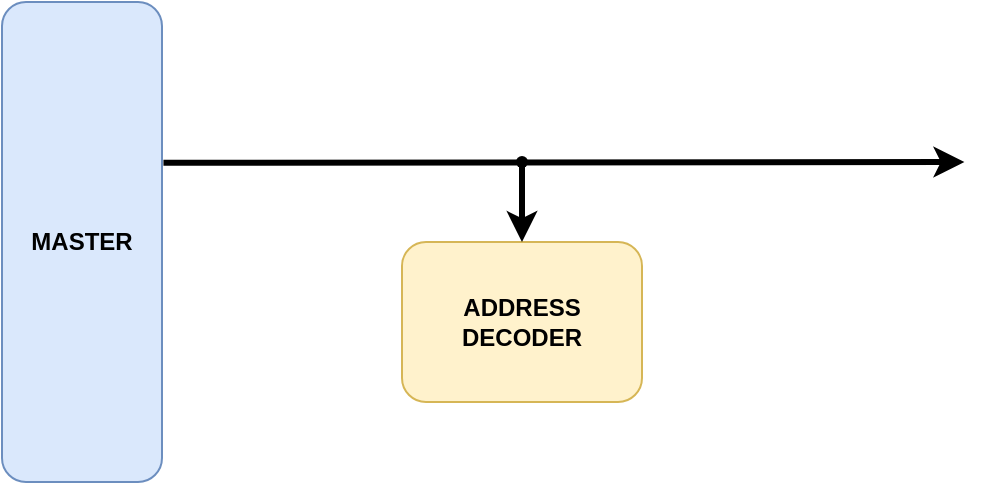
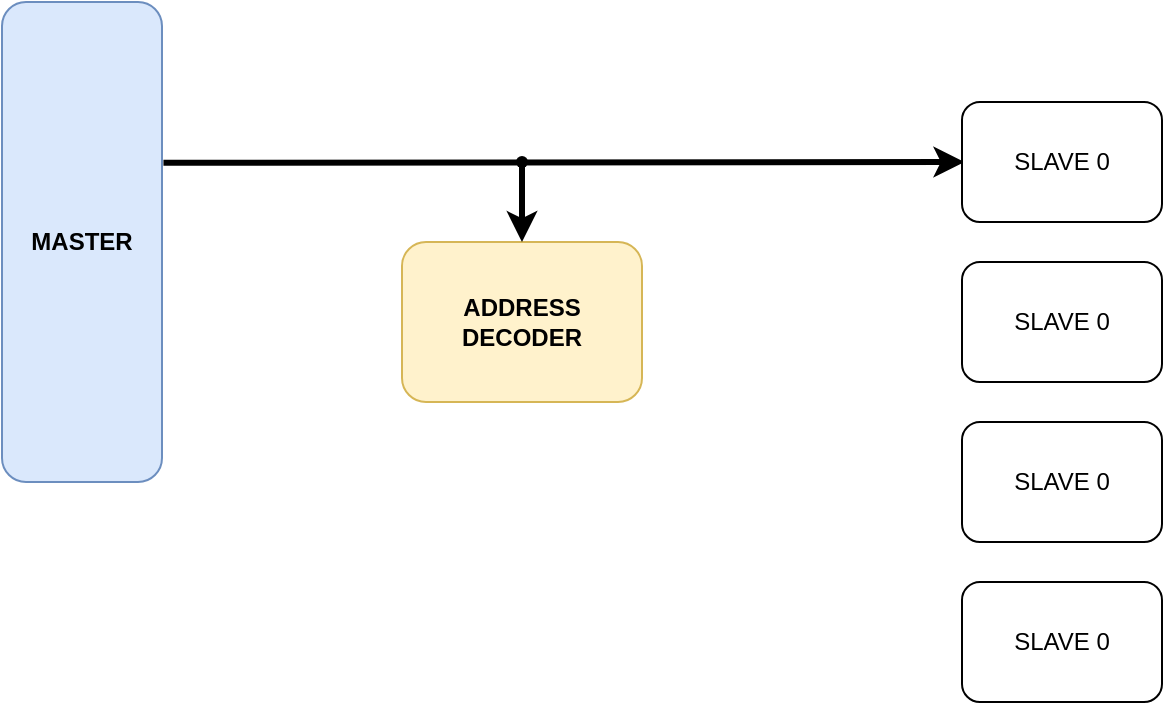
<mxfile host="app.diagrams.net" agent="Mozilla/5.0 (Windows NT 10.0; Win64; x64) AppleWebKit/537.36 (KHTML, like Gecko) Chrome/144.0.0.0 Safari/537.36 Edg/144.0.0.0" pages="4">
  <diagram id="00dOMP4ly3Yvcw6Omt_P" name="AHB Block Diagram">
-     <mxGraphModel dx="637" dy="921" grid="1" gridSize="10" guides="1" tooltips="1" connect="1" arrows="1" fold="1" page="1" pageScale="1" pageWidth="850" pageHeight="1100" math="0" shadow="0">
+     <mxGraphModel dx="437" dy="631" grid="1" gridSize="10" guides="1" tooltips="1" connect="1" arrows="1" fold="1" page="1" pageScale="1" pageWidth="850" pageHeight="1100" math="0" shadow="0">
      <root>
        <mxCell id="0" />
        <mxCell id="1" parent="0" />
        <mxCell id="WVtcaOnAu4kVJNJomXHp-1" parent="1" style="rounded=1;whiteSpace=wrap;html=1;fillColor=#dae8fc;strokeColor=#6c8ebf;" value="&lt;b&gt;MASTER&lt;/b&gt;" vertex="1">
          <mxGeometry height="240" width="80" x="80" y="160" as="geometry" />
        </mxCell>
        <mxCell id="WVtcaOnAu4kVJNJomXHp-3" parent="1" style="rounded=1;whiteSpace=wrap;html=1;fillColor=#fff2cc;strokeColor=#d6b656;" value="&lt;b&gt;ADDRESS DECODER&lt;/b&gt;" vertex="1">
          <mxGeometry height="80" width="120" x="280" y="280" as="geometry" />
        </mxCell>
        <mxCell id="WVtcaOnAu4kVJNJomXHp-4" edge="1" parent="1" source="WVtcaOnAu4kVJNJomXHp-1" style="endArrow=classic;html=1;rounded=0;exitX=1.009;exitY=0.335;exitDx=0;exitDy=0;exitPerimeter=0;strokeWidth=3;" value="">
          <mxGeometry height="50" relative="1" width="50" as="geometry">
            <mxPoint x="170" y="240" as="sourcePoint" />
            <mxPoint x="561.2" y="240" as="targetPoint" />
          </mxGeometry>
        </mxCell>
        <mxCell id="WVtcaOnAu4kVJNJomXHp-5" edge="1" parent="1" source="WVtcaOnAu4kVJNJomXHp-6" style="endArrow=classic;html=1;rounded=0;entryX=0.5;entryY=0;entryDx=0;entryDy=0;strokeWidth=3;" target="WVtcaOnAu4kVJNJomXHp-3" value="">
          <mxGeometry height="50" relative="1" width="50" as="geometry">
            <mxPoint x="340" y="240" as="sourcePoint" />
            <mxPoint x="390" y="190" as="targetPoint" />
          </mxGeometry>
        </mxCell>
        <mxCell id="WVtcaOnAu4kVJNJomXHp-6" parent="1" style="shape=waypoint;sketch=0;fillStyle=solid;size=6;pointerEvents=1;points=[];fillColor=none;resizable=0;rotatable=0;perimeter=centerPerimeter;snapToPoint=1;" value="" vertex="1">
          <mxGeometry height="20" width="20" x="330" y="230" as="geometry" />
+         </mxCell>
+         <mxCell id="WVtcaOnAu4kVJNJomXHp-7" parent="1" style="rounded=1;whiteSpace=wrap;html=1;" value="SLAVE 0" vertex="1">
+           <mxGeometry height="60" width="100" x="560" y="210" as="geometry" />
+         </mxCell>
+         <mxCell id="WVtcaOnAu4kVJNJomXHp-8" parent="1" style="rounded=1;whiteSpace=wrap;html=1;" value="SLAVE 0" vertex="1">
+           <mxGeometry height="60" width="100" x="560" y="290" as="geometry" />
+         </mxCell>
+         <mxCell id="WVtcaOnAu4kVJNJomXHp-9" parent="1" style="rounded=1;whiteSpace=wrap;html=1;" value="SLAVE 0" vertex="1">
+           <mxGeometry height="60" width="100" x="560" y="370" as="geometry" />
+         </mxCell>
+         <mxCell id="WVtcaOnAu4kVJNJomXHp-10" parent="1" style="rounded=1;whiteSpace=wrap;html=1;" value="SLAVE 0" vertex="1">
+           <mxGeometry height="60" width="100" x="560" y="450" as="geometry" />
        </mxCell>
      </root>
    </mxGraphModel>
  </diagram>
  <diagram name="AHB Interface" id="AxdGKtdG9Rmgfqjtrl1U">
    <mxGraphModel dx="2046" dy="1106" grid="1" gridSize="10" guides="1" tooltips="1" connect="1" arrows="1" fold="1" page="1" pageScale="1" pageWidth="850" pageHeight="1100" math="0" shadow="0">
      <root>
        <mxCell id="0" />
        <mxCell id="1" parent="0" />
        <mxCell id="BZ9neWvH9tw47nREzwFn-1" parent="1" style="rounded=0;whiteSpace=wrap;html=1;" value="&lt;font style=&quot;font-size: 16px;&quot;&gt;&lt;b&gt;Manager&lt;/b&gt;&lt;/font&gt;" vertex="1">
          <mxGeometry height="200" width="120" x="400" y="80" as="geometry" />
        </mxCell>
        <mxCell id="BZ9neWvH9tw47nREzwFn-2" edge="1" parent="1" style="endArrow=classic;html=1;rounded=0;" value="">
          <mxGeometry height="50" relative="1" width="50" as="geometry">
            <mxPoint x="360" y="100" as="sourcePoint" />
            <mxPoint x="400" y="100" as="targetPoint" />
          </mxGeometry>
        </mxCell>
        <mxCell id="BZ9neWvH9tw47nREzwFn-3" edge="1" parent="1" style="endArrow=classic;html=1;rounded=0;" value="">
          <mxGeometry height="50" relative="1" width="50" as="geometry">
            <mxPoint x="360" y="120" as="sourcePoint" />
            <mxPoint x="400" y="120" as="targetPoint" />
          </mxGeometry>
        </mxCell>
        <mxCell id="BZ9neWvH9tw47nREzwFn-4" parent="1" style="text;html=1;whiteSpace=wrap;strokeColor=none;fillColor=none;align=center;verticalAlign=middle;rounded=0;fontStyle=1" value="HCLK" vertex="1">
          <mxGeometry height="20" width="40" x="320" y="90" as="geometry" />
        </mxCell>
        <mxCell id="BZ9neWvH9tw47nREzwFn-5" parent="1" style="text;html=1;whiteSpace=wrap;strokeColor=none;fillColor=none;align=center;verticalAlign=middle;rounded=0;fontStyle=1" value="HRESETn" vertex="1">
          <mxGeometry height="20" width="60" x="300" y="110" as="geometry" />
        </mxCell>
        <mxCell id="BZ9neWvH9tw47nREzwFn-6" parent="1" style="text;html=1;whiteSpace=wrap;strokeColor=none;fillColor=none;align=center;verticalAlign=middle;rounded=0;fontStyle=1" value="HREADY" vertex="1">
          <mxGeometry height="20" width="60" x="300" y="150" as="geometry" />
        </mxCell>
        <mxCell id="BZ9neWvH9tw47nREzwFn-7" edge="1" parent="1" style="endArrow=classic;html=1;rounded=0;" value="">
          <mxGeometry height="50" relative="1" width="50" as="geometry">
            <mxPoint x="360" y="160" as="sourcePoint" />
            <mxPoint x="400" y="160" as="targetPoint" />
          </mxGeometry>
        </mxCell>
        <mxCell id="BZ9neWvH9tw47nREzwFn-8" edge="1" parent="1" style="endArrow=classic;html=1;rounded=0;" value="">
          <mxGeometry height="50" relative="1" width="50" as="geometry">
            <mxPoint x="360" y="180" as="sourcePoint" />
            <mxPoint x="400" y="180" as="targetPoint" />
          </mxGeometry>
        </mxCell>
        <mxCell id="BZ9neWvH9tw47nREzwFn-9" parent="1" style="text;html=1;whiteSpace=wrap;strokeColor=none;fillColor=none;align=center;verticalAlign=middle;rounded=0;fontStyle=1" value="HSELx" vertex="1">
          <mxGeometry height="20" width="60" x="310" y="430" as="geometry" />
        </mxCell>
        <mxCell id="BZ9neWvH9tw47nREzwFn-10" edge="1" parent="1" style="endArrow=classic;html=1;rounded=0;" value="">
          <mxGeometry height="50" relative="1" width="50" as="geometry">
            <mxPoint x="360" y="260" as="sourcePoint" />
            <mxPoint x="400" y="260" as="targetPoint" />
          </mxGeometry>
        </mxCell>
        <mxCell id="BZ9neWvH9tw47nREzwFn-11" parent="1" style="text;html=1;whiteSpace=wrap;strokeColor=none;fillColor=none;align=center;verticalAlign=middle;rounded=0;fontStyle=1" value="HRDATA[31:0]" vertex="1">
          <mxGeometry height="20" width="90" x="270" y="250" as="geometry" />
        </mxCell>
        <mxCell id="BZ9neWvH9tw47nREzwFn-12" edge="1" parent="1" style="endArrow=classic;html=1;rounded=0;" value="">
          <mxGeometry height="50" relative="1" width="50" as="geometry">
            <mxPoint x="520" y="99.83" as="sourcePoint" />
            <mxPoint x="560" y="99.83" as="targetPoint" />
          </mxGeometry>
        </mxCell>
        <mxCell id="BZ9neWvH9tw47nREzwFn-13" edge="1" parent="1" style="endArrow=classic;html=1;rounded=0;" value="">
          <mxGeometry height="50" relative="1" width="50" as="geometry">
            <mxPoint x="520" y="119.83" as="sourcePoint" />
            <mxPoint x="560" y="119.83" as="targetPoint" />
          </mxGeometry>
        </mxCell>
        <mxCell id="BZ9neWvH9tw47nREzwFn-14" edge="1" parent="1" style="endArrow=classic;html=1;rounded=0;" value="">
          <mxGeometry height="50" relative="1" width="50" as="geometry">
            <mxPoint x="520" y="159.83" as="sourcePoint" />
            <mxPoint x="560" y="159.83" as="targetPoint" />
          </mxGeometry>
        </mxCell>
        <mxCell id="BZ9neWvH9tw47nREzwFn-15" edge="1" parent="1" style="endArrow=classic;html=1;rounded=0;" value="">
          <mxGeometry height="50" relative="1" width="50" as="geometry">
            <mxPoint x="520" y="140" as="sourcePoint" />
            <mxPoint x="560" y="140" as="targetPoint" />
          </mxGeometry>
        </mxCell>
        <mxCell id="BZ9neWvH9tw47nREzwFn-16" edge="1" parent="1" style="endArrow=classic;html=1;rounded=0;" value="">
          <mxGeometry height="50" relative="1" width="50" as="geometry">
            <mxPoint x="520" y="179.83" as="sourcePoint" />
            <mxPoint x="560" y="179.83" as="targetPoint" />
          </mxGeometry>
        </mxCell>
        <mxCell id="BZ9neWvH9tw47nREzwFn-17" edge="1" parent="1" style="endArrow=classic;html=1;rounded=0;" value="">
          <mxGeometry height="50" relative="1" width="50" as="geometry">
            <mxPoint x="520" y="200" as="sourcePoint" />
            <mxPoint x="560" y="200" as="targetPoint" />
          </mxGeometry>
        </mxCell>
        <mxCell id="BZ9neWvH9tw47nREzwFn-18" parent="1" style="text;html=1;whiteSpace=wrap;strokeColor=none;fillColor=none;align=center;verticalAlign=middle;rounded=0;fontStyle=1" value="HADDR[31:0]" vertex="1">
          <mxGeometry height="20" width="80" x="560" y="90" as="geometry" />
        </mxCell>
        <mxCell id="BZ9neWvH9tw47nREzwFn-19" parent="1" style="text;html=1;whiteSpace=wrap;strokeColor=none;fillColor=none;align=center;verticalAlign=middle;rounded=0;fontStyle=1" value="HWRITE" vertex="1">
          <mxGeometry height="20" width="60" x="560" y="110" as="geometry" />
        </mxCell>
        <mxCell id="BZ9neWvH9tw47nREzwFn-20" parent="1" style="text;html=1;whiteSpace=wrap;strokeColor=none;fillColor=none;align=center;verticalAlign=middle;rounded=0;fontStyle=1" value="HSIZE[2:0]" vertex="1">
          <mxGeometry height="20" width="70" x="560" y="130" as="geometry" />
        </mxCell>
        <mxCell id="BZ9neWvH9tw47nREzwFn-21" parent="1" style="text;html=1;whiteSpace=wrap;strokeColor=none;fillColor=none;align=center;verticalAlign=middle;rounded=0;fontStyle=1" value="HBURST[2:0]" vertex="1">
          <mxGeometry height="20" width="80" x="560" y="150" as="geometry" />
        </mxCell>
        <mxCell id="BZ9neWvH9tw47nREzwFn-22" parent="1" style="text;html=1;whiteSpace=wrap;strokeColor=none;fillColor=none;align=center;verticalAlign=middle;rounded=0;fontStyle=1" value="HPROT[3:0]" vertex="1">
          <mxGeometry height="20" width="80" x="560" y="170" as="geometry" />
        </mxCell>
        <mxCell id="BZ9neWvH9tw47nREzwFn-23" parent="1" style="text;html=1;whiteSpace=wrap;strokeColor=none;fillColor=none;align=center;verticalAlign=middle;rounded=0;fontStyle=1" value="HTRANS[1:0]" vertex="1">
          <mxGeometry height="20" width="80" x="560" y="190" as="geometry" />
        </mxCell>
        <mxCell id="BZ9neWvH9tw47nREzwFn-24" edge="1" parent="1" style="endArrow=classic;html=1;rounded=0;" value="">
          <mxGeometry height="50" relative="1" width="50" as="geometry">
            <mxPoint x="520" y="220" as="sourcePoint" />
            <mxPoint x="560" y="220" as="targetPoint" />
          </mxGeometry>
        </mxCell>
        <mxCell id="BZ9neWvH9tw47nREzwFn-25" parent="1" style="text;html=1;whiteSpace=wrap;strokeColor=none;fillColor=none;align=center;verticalAlign=middle;rounded=0;fontStyle=1" value="HMASTLOCK" vertex="1">
          <mxGeometry height="20" width="80" x="560" y="210" as="geometry" />
        </mxCell>
        <mxCell id="BZ9neWvH9tw47nREzwFn-26" edge="1" parent="1" style="endArrow=classic;html=1;rounded=0;" value="">
          <mxGeometry height="50" relative="1" width="50" as="geometry">
            <mxPoint x="520" y="259.8" as="sourcePoint" />
            <mxPoint x="560" y="259.8" as="targetPoint" />
          </mxGeometry>
        </mxCell>
        <mxCell id="BZ9neWvH9tw47nREzwFn-30" parent="1" style="text;html=1;whiteSpace=wrap;strokeColor=none;fillColor=none;align=center;verticalAlign=middle;rounded=0;fontStyle=1" value="HWDATA[31:0]" vertex="1">
          <mxGeometry height="20" width="95" x="555" y="250" as="geometry" />
        </mxCell>
        <mxCell id="BZ9neWvH9tw47nREzwFn-31" parent="1" style="rounded=0;whiteSpace=wrap;html=1;" value="&lt;font style=&quot;font-size: 16px;&quot;&gt;&lt;b&gt;Slave&lt;/b&gt;&lt;/font&gt;" vertex="1">
          <mxGeometry height="320" width="120" x="400" y="360" as="geometry" />
        </mxCell>
        <mxCell id="BZ9neWvH9tw47nREzwFn-32" edge="1" parent="1" style="endArrow=classic;html=1;rounded=0;" value="">
          <mxGeometry height="50" relative="1" width="50" as="geometry">
            <mxPoint x="360" y="489.83" as="sourcePoint" />
            <mxPoint x="400" y="489.83" as="targetPoint" />
          </mxGeometry>
        </mxCell>
        <mxCell id="BZ9neWvH9tw47nREzwFn-33" edge="1" parent="1" style="endArrow=classic;html=1;rounded=0;" value="">
          <mxGeometry height="50" relative="1" width="50" as="geometry">
            <mxPoint x="360" y="509.83" as="sourcePoint" />
            <mxPoint x="400" y="509.83" as="targetPoint" />
          </mxGeometry>
        </mxCell>
        <mxCell id="BZ9neWvH9tw47nREzwFn-34" edge="1" parent="1" style="endArrow=classic;html=1;rounded=0;" value="">
          <mxGeometry height="50" relative="1" width="50" as="geometry">
            <mxPoint x="360" y="549.83" as="sourcePoint" />
            <mxPoint x="400" y="549.83" as="targetPoint" />
          </mxGeometry>
        </mxCell>
        <mxCell id="BZ9neWvH9tw47nREzwFn-35" edge="1" parent="1" style="endArrow=classic;html=1;rounded=0;" value="">
          <mxGeometry height="50" relative="1" width="50" as="geometry">
            <mxPoint x="360" y="530" as="sourcePoint" />
            <mxPoint x="400" y="530" as="targetPoint" />
          </mxGeometry>
        </mxCell>
        <mxCell id="BZ9neWvH9tw47nREzwFn-36" edge="1" parent="1" style="endArrow=classic;html=1;rounded=0;" value="">
          <mxGeometry height="50" relative="1" width="50" as="geometry">
            <mxPoint x="360" y="569.83" as="sourcePoint" />
            <mxPoint x="400" y="569.83" as="targetPoint" />
          </mxGeometry>
        </mxCell>
        <mxCell id="BZ9neWvH9tw47nREzwFn-37" edge="1" parent="1" style="endArrow=classic;html=1;rounded=0;" value="">
          <mxGeometry height="50" relative="1" width="50" as="geometry">
            <mxPoint x="360" y="590" as="sourcePoint" />
            <mxPoint x="400" y="590" as="targetPoint" />
          </mxGeometry>
        </mxCell>
        <mxCell id="BZ9neWvH9tw47nREzwFn-38" parent="1" style="text;html=1;whiteSpace=wrap;strokeColor=none;fillColor=none;align=center;verticalAlign=middle;rounded=0;fontStyle=1" value="HADDR[31:0]" vertex="1">
          <mxGeometry height="20" width="80" x="275" y="480" as="geometry" />
        </mxCell>
        <mxCell id="BZ9neWvH9tw47nREzwFn-39" parent="1" style="text;html=1;whiteSpace=wrap;strokeColor=none;fillColor=none;align=center;verticalAlign=middle;rounded=0;fontStyle=1" value="HWRITE" vertex="1">
          <mxGeometry height="20" width="60" x="275" y="500" as="geometry" />
        </mxCell>
        <mxCell id="BZ9neWvH9tw47nREzwFn-40" parent="1" style="text;html=1;whiteSpace=wrap;strokeColor=none;fillColor=none;align=center;verticalAlign=middle;rounded=0;fontStyle=1" value="HSIZE[2:0]" vertex="1">
          <mxGeometry height="20" width="70" x="275" y="520" as="geometry" />
        </mxCell>
        <mxCell id="BZ9neWvH9tw47nREzwFn-41" parent="1" style="text;html=1;whiteSpace=wrap;strokeColor=none;fillColor=none;align=center;verticalAlign=middle;rounded=0;fontStyle=1" value="HBURST[2:0]" vertex="1">
          <mxGeometry height="20" width="80" x="275" y="540" as="geometry" />
        </mxCell>
        <mxCell id="BZ9neWvH9tw47nREzwFn-42" parent="1" style="text;html=1;whiteSpace=wrap;strokeColor=none;fillColor=none;align=center;verticalAlign=middle;rounded=0;fontStyle=1" value="HPROT[3:0]" vertex="1">
          <mxGeometry height="20" width="80" x="275" y="560" as="geometry" />
        </mxCell>
        <mxCell id="BZ9neWvH9tw47nREzwFn-43" parent="1" style="text;html=1;whiteSpace=wrap;strokeColor=none;fillColor=none;align=center;verticalAlign=middle;rounded=0;fontStyle=1" value="HTRANS[1:0]" vertex="1">
          <mxGeometry height="20" width="80" x="275" y="580" as="geometry" />
        </mxCell>
        <mxCell id="BZ9neWvH9tw47nREzwFn-44" edge="1" parent="1" style="endArrow=classic;html=1;rounded=0;" value="">
          <mxGeometry height="50" relative="1" width="50" as="geometry">
            <mxPoint x="360" y="610" as="sourcePoint" />
            <mxPoint x="400" y="610" as="targetPoint" />
          </mxGeometry>
        </mxCell>
        <mxCell id="BZ9neWvH9tw47nREzwFn-45" parent="1" style="text;html=1;whiteSpace=wrap;strokeColor=none;fillColor=none;align=center;verticalAlign=middle;rounded=0;fontStyle=1" value="HMASTLOCK" vertex="1">
          <mxGeometry height="20" width="80" x="275" y="600" as="geometry" />
        </mxCell>
        <mxCell id="BZ9neWvH9tw47nREzwFn-46" edge="1" parent="1" style="endArrow=classic;html=1;rounded=0;" value="">
          <mxGeometry height="50" relative="1" width="50" as="geometry">
            <mxPoint x="360" y="649.8" as="sourcePoint" />
            <mxPoint x="400" y="649.8" as="targetPoint" />
          </mxGeometry>
        </mxCell>
        <mxCell id="BZ9neWvH9tw47nREzwFn-47" parent="1" style="text;html=1;whiteSpace=wrap;strokeColor=none;fillColor=none;align=center;verticalAlign=middle;rounded=0;fontStyle=1" value="HWDATA[31:0]" vertex="1">
          <mxGeometry height="20" width="95" x="270" y="640" as="geometry" />
        </mxCell>
        <mxCell id="BZ9neWvH9tw47nREzwFn-49" edge="1" parent="1" style="endArrow=classic;html=1;rounded=0;" value="">
          <mxGeometry height="50" relative="1" width="50" as="geometry">
            <mxPoint x="360" y="380" as="sourcePoint" />
            <mxPoint x="400" y="380" as="targetPoint" />
          </mxGeometry>
        </mxCell>
        <mxCell id="BZ9neWvH9tw47nREzwFn-50" edge="1" parent="1" style="endArrow=classic;html=1;rounded=0;" value="">
          <mxGeometry height="50" relative="1" width="50" as="geometry">
            <mxPoint x="360" y="400" as="sourcePoint" />
            <mxPoint x="400" y="400" as="targetPoint" />
          </mxGeometry>
        </mxCell>
        <mxCell id="BZ9neWvH9tw47nREzwFn-51" edge="1" parent="1" style="endArrow=classic;html=1;rounded=0;" value="">
          <mxGeometry height="50" relative="1" width="50" as="geometry">
            <mxPoint x="360" y="440" as="sourcePoint" />
            <mxPoint x="400" y="440" as="targetPoint" />
          </mxGeometry>
        </mxCell>
        <mxCell id="BZ9neWvH9tw47nREzwFn-52" parent="1" style="text;html=1;whiteSpace=wrap;strokeColor=none;fillColor=none;align=center;verticalAlign=middle;rounded=0;fontStyle=1" value="HCLK" vertex="1">
          <mxGeometry height="20" width="40" x="320" y="370" as="geometry" />
        </mxCell>
        <mxCell id="BZ9neWvH9tw47nREzwFn-53" parent="1" style="text;html=1;whiteSpace=wrap;strokeColor=none;fillColor=none;align=center;verticalAlign=middle;rounded=0;fontStyle=1" value="HRESETn" vertex="1">
          <mxGeometry height="20" width="60" x="300" y="390" as="geometry" />
        </mxCell>
        <mxCell id="BZ9neWvH9tw47nREzwFn-54" parent="1" style="shape=curlyBracket;whiteSpace=wrap;html=1;rounded=1;labelPosition=left;verticalLabelPosition=middle;align=right;verticalAlign=middle;" value="" vertex="1">
          <mxGeometry height="35" width="20" x="230" y="90" as="geometry" />
        </mxCell>
        <mxCell id="BZ9neWvH9tw47nREzwFn-55" parent="1" style="text;html=1;whiteSpace=wrap;strokeColor=none;fillColor=none;align=center;verticalAlign=middle;rounded=0;fontStyle=1" value="HRESP" vertex="1">
          <mxGeometry height="20" width="60" x="300" y="170" as="geometry" />
        </mxCell>
        <mxCell id="BZ9neWvH9tw47nREzwFn-56" parent="1" style="shape=curlyBracket;whiteSpace=wrap;html=1;rounded=1;labelPosition=left;verticalLabelPosition=middle;align=right;verticalAlign=middle;" value="" vertex="1">
          <mxGeometry height="140" width="20" x="230" y="480" as="geometry" />
        </mxCell>
        <mxCell id="BZ9neWvH9tw47nREzwFn-57" parent="1" style="shape=curlyBracket;whiteSpace=wrap;html=1;rounded=1;labelPosition=left;verticalLabelPosition=middle;align=right;verticalAlign=middle;rotation=-180;" value="" vertex="1">
          <mxGeometry height="135" width="20" x="650" y="90" as="geometry" />
        </mxCell>
        <mxCell id="BZ9neWvH9tw47nREzwFn-58" parent="1" style="text;html=1;whiteSpace=wrap;strokeColor=none;fillColor=none;align=center;verticalAlign=middle;rounded=0;fontStyle=1" value="&lt;span style=&quot;font-weight: normal;&quot;&gt;Global signals&lt;/span&gt;" vertex="1">
          <mxGeometry height="20" width="90" x="140" y="97.5" as="geometry" />
        </mxCell>
        <mxCell id="BZ9neWvH9tw47nREzwFn-59" parent="1" style="text;html=1;whiteSpace=wrap;strokeColor=none;fillColor=none;align=center;verticalAlign=middle;rounded=0;fontStyle=1" value="&lt;span style=&quot;font-weight: normal;&quot;&gt;Transfer response&lt;/span&gt;" vertex="1">
          <mxGeometry height="20" width="60" x="170" y="157.5" as="geometry" />
        </mxCell>
        <mxCell id="BZ9neWvH9tw47nREzwFn-60" parent="1" style="text;html=1;whiteSpace=wrap;strokeColor=none;fillColor=none;align=center;verticalAlign=middle;rounded=0;fontStyle=1" value="&lt;span style=&quot;font-weight: normal;&quot;&gt;Data&lt;/span&gt;" vertex="1">
          <mxGeometry height="20" width="60" x="170" y="250" as="geometry" />
        </mxCell>
        <mxCell id="BZ9neWvH9tw47nREzwFn-61" parent="1" style="text;html=1;whiteSpace=wrap;strokeColor=none;fillColor=none;align=center;verticalAlign=middle;rounded=0;fontStyle=1" value="&lt;span style=&quot;font-weight: normal;&quot;&gt;Address and control signals&lt;/span&gt;" vertex="1">
          <mxGeometry height="37.5" width="90" x="670" y="140" as="geometry" />
        </mxCell>
        <mxCell id="BZ9neWvH9tw47nREzwFn-62" parent="1" style="shape=curlyBracket;whiteSpace=wrap;html=1;rounded=1;labelPosition=left;verticalLabelPosition=middle;align=right;verticalAlign=middle;" value="" vertex="1">
          <mxGeometry height="35" width="20" x="230" y="150" as="geometry" />
        </mxCell>
        <mxCell id="BZ9neWvH9tw47nREzwFn-63" parent="1" style="text;html=1;whiteSpace=wrap;strokeColor=none;fillColor=none;align=center;verticalAlign=middle;rounded=0;fontStyle=1" value="&lt;span style=&quot;font-weight: normal;&quot;&gt;Address and control signals&lt;/span&gt;" vertex="1">
          <mxGeometry height="37.5" width="90" x="140" y="531" as="geometry" />
        </mxCell>
        <mxCell id="BZ9neWvH9tw47nREzwFn-64" parent="1" style="shape=curlyBracket;whiteSpace=wrap;html=1;rounded=1;labelPosition=left;verticalLabelPosition=middle;align=right;verticalAlign=middle;" value="" vertex="1">
          <mxGeometry height="35" width="20" x="230" y="375" as="geometry" />
        </mxCell>
        <mxCell id="BZ9neWvH9tw47nREzwFn-65" parent="1" style="text;html=1;whiteSpace=wrap;strokeColor=none;fillColor=none;align=center;verticalAlign=middle;rounded=0;fontStyle=1" value="&lt;span style=&quot;font-weight: normal;&quot;&gt;Global signals&lt;/span&gt;" vertex="1">
          <mxGeometry height="20" width="90" x="140" y="382.5" as="geometry" />
        </mxCell>
        <mxCell id="BZ9neWvH9tw47nREzwFn-66" parent="1" style="text;html=1;whiteSpace=wrap;strokeColor=none;fillColor=none;align=center;verticalAlign=middle;rounded=0;fontStyle=1" value="&lt;span style=&quot;font-weight: normal;&quot;&gt;Data&lt;/span&gt;" vertex="1">
          <mxGeometry height="20" width="60" x="670" y="250" as="geometry" />
        </mxCell>
        <mxCell id="BZ9neWvH9tw47nREzwFn-67" edge="1" parent="1" style="endArrow=classic;html=1;rounded=0;" value="">
          <mxGeometry height="50" relative="1" width="50" as="geometry">
            <mxPoint x="520" y="490" as="sourcePoint" />
            <mxPoint x="560" y="490" as="targetPoint" />
          </mxGeometry>
        </mxCell>
        <mxCell id="BZ9neWvH9tw47nREzwFn-68" edge="1" parent="1" style="endArrow=classic;html=1;rounded=0;" value="">
          <mxGeometry height="50" relative="1" width="50" as="geometry">
            <mxPoint x="520" y="510" as="sourcePoint" />
            <mxPoint x="560" y="510" as="targetPoint" />
          </mxGeometry>
        </mxCell>
        <mxCell id="BZ9neWvH9tw47nREzwFn-69" parent="1" style="text;html=1;whiteSpace=wrap;strokeColor=none;fillColor=none;align=center;verticalAlign=middle;rounded=0;fontStyle=1" value="HREADY" vertex="1">
          <mxGeometry height="20" width="60" x="560" y="480" as="geometry" />
        </mxCell>
        <mxCell id="BZ9neWvH9tw47nREzwFn-70" parent="1" style="text;html=1;whiteSpace=wrap;strokeColor=none;fillColor=none;align=center;verticalAlign=middle;rounded=0;fontStyle=1" value="HRESP" vertex="1">
          <mxGeometry height="20" width="60" x="560" y="500" as="geometry" />
        </mxCell>
        <mxCell id="BZ9neWvH9tw47nREzwFn-71" edge="1" parent="1" style="endArrow=classic;html=1;rounded=0;" value="">
          <mxGeometry height="50" relative="1" width="50" as="geometry">
            <mxPoint x="520" y="649.6600000000001" as="sourcePoint" />
            <mxPoint x="560" y="649.6600000000001" as="targetPoint" />
          </mxGeometry>
        </mxCell>
        <mxCell id="BZ9neWvH9tw47nREzwFn-72" parent="1" style="text;html=1;whiteSpace=wrap;strokeColor=none;fillColor=none;align=center;verticalAlign=middle;rounded=0;fontStyle=1" value="HRDATA[31:0]" vertex="1">
          <mxGeometry height="20" width="90" x="560" y="640" as="geometry" />
        </mxCell>
        <mxCell id="BZ9neWvH9tw47nREzwFn-73" parent="1" style="text;html=1;whiteSpace=wrap;strokeColor=none;fillColor=none;align=center;verticalAlign=middle;rounded=0;fontStyle=1" value="&lt;span style=&quot;font-weight: normal;&quot;&gt;Data&lt;/span&gt;" vertex="1">
          <mxGeometry height="20" width="60" x="155" y="640" as="geometry" />
        </mxCell>
        <mxCell id="BZ9neWvH9tw47nREzwFn-74" parent="1" style="text;html=1;whiteSpace=wrap;strokeColor=none;fillColor=none;align=center;verticalAlign=middle;rounded=0;fontStyle=1" value="&lt;span style=&quot;font-weight: normal;&quot;&gt;Data&lt;/span&gt;" vertex="1">
          <mxGeometry height="20" width="50" x="675" y="640" as="geometry" />
        </mxCell>
        <mxCell id="BZ9neWvH9tw47nREzwFn-75" parent="1" style="text;html=1;whiteSpace=wrap;strokeColor=none;fillColor=none;align=center;verticalAlign=middle;rounded=0;fontStyle=1" value="&lt;span style=&quot;font-weight: normal;&quot;&gt;Transfer response&lt;/span&gt;" vertex="1">
          <mxGeometry height="20" width="60" x="670" y="487.5" as="geometry" />
        </mxCell>
        <mxCell id="BZ9neWvH9tw47nREzwFn-76" parent="1" style="shape=curlyBracket;whiteSpace=wrap;html=1;rounded=1;labelPosition=left;verticalLabelPosition=middle;align=right;verticalAlign=middle;rotation=-180;" value="" vertex="1">
          <mxGeometry height="35" width="20" x="640" y="480" as="geometry" />
        </mxCell>
        <mxCell id="BZ9neWvH9tw47nREzwFn-77" parent="1" style="text;html=1;whiteSpace=wrap;strokeColor=none;fillColor=none;align=center;verticalAlign=middle;rounded=0;fontStyle=1" value="&lt;span style=&quot;font-weight: normal;&quot;&gt;Select signal&lt;/span&gt;" vertex="1">
          <mxGeometry height="20" width="90" x="140" y="430" as="geometry" />
        </mxCell>
      </root>
    </mxGraphModel>
  </diagram>
  <diagram id="Hd4ECfvz_bm4RMetZK8C" name="Master Interface">
    <mxGraphModel dx="764" dy="1105" grid="1" gridSize="10" guides="1" tooltips="1" connect="1" arrows="1" fold="1" page="1" pageScale="1" pageWidth="850" pageHeight="1100" math="0" shadow="0">
      <root>
        <mxCell id="0" />
        <mxCell id="1" parent="0" />
      </root>
    </mxGraphModel>
  </diagram>
  <diagram id="AYzUWjTrgIps4r00h7mQ" name="Master FSM">
    <mxGraphModel dx="437" dy="631" grid="1" gridSize="10" guides="1" tooltips="1" connect="1" arrows="1" fold="1" page="1" pageScale="1" pageWidth="850" pageHeight="1100" math="0" shadow="0">
      <root>
        <mxCell id="0" />
        <mxCell id="1" parent="0" />
        <mxCell id="gUlQ52oibdo8bB1fHUDe-6" edge="1" parent="1" source="gUlQ52oibdo8bB1fHUDe-1" style="edgeStyle=orthogonalEdgeStyle;rounded=0;orthogonalLoop=1;jettySize=auto;html=1;exitX=1;exitY=0.5;exitDx=0;exitDy=0;entryX=0;entryY=0.5;entryDx=0;entryDy=0;" target="gUlQ52oibdo8bB1fHUDe-2">
          <mxGeometry relative="1" as="geometry" />
        </mxCell>
        <mxCell id="gUlQ52oibdo8bB1fHUDe-8" edge="1" parent="1" source="gUlQ52oibdo8bB1fHUDe-1" style="edgeStyle=orthogonalEdgeStyle;rounded=0;orthogonalLoop=1;jettySize=auto;html=1;entryX=0.5;entryY=0;entryDx=0;entryDy=0;" target="gUlQ52oibdo8bB1fHUDe-5">
          <mxGeometry relative="1" as="geometry" />
        </mxCell>
        <mxCell id="gUlQ52oibdo8bB1fHUDe-1" parent="1" style="ellipse;whiteSpace=wrap;html=1;" value="IDLE" vertex="1">
          <mxGeometry height="80" width="120" x="200" y="200" as="geometry" />
        </mxCell>
        <mxCell id="gUlQ52oibdo8bB1fHUDe-7" edge="1" parent="1" source="gUlQ52oibdo8bB1fHUDe-2" style="edgeStyle=orthogonalEdgeStyle;rounded=0;orthogonalLoop=1;jettySize=auto;html=1;entryX=0.5;entryY=0;entryDx=0;entryDy=0;" target="gUlQ52oibdo8bB1fHUDe-3">
          <mxGeometry relative="1" as="geometry" />
        </mxCell>
        <mxCell id="gUlQ52oibdo8bB1fHUDe-2" parent="1" style="ellipse;whiteSpace=wrap;html=1;" value="WR_ADDR_PHASE" vertex="1">
          <mxGeometry height="80" width="120" x="440" y="200" as="geometry" />
        </mxCell>
        <mxCell id="gUlQ52oibdo8bB1fHUDe-10" edge="1" parent="1" source="gUlQ52oibdo8bB1fHUDe-3" style="edgeStyle=orthogonalEdgeStyle;rounded=0;orthogonalLoop=1;jettySize=auto;html=1;entryX=0.5;entryY=0;entryDx=0;entryDy=0;" target="gUlQ52oibdo8bB1fHUDe-9">
          <mxGeometry relative="1" as="geometry" />
        </mxCell>
        <mxCell id="8WBKzOnGMAMBHIHuB8Qa-4" edge="1" parent="1" source="gUlQ52oibdo8bB1fHUDe-3" style="edgeStyle=orthogonalEdgeStyle;rounded=0;orthogonalLoop=1;jettySize=auto;html=1;entryX=1;entryY=0.5;entryDx=0;entryDy=0;" target="gUlQ52oibdo8bB1fHUDe-5">
          <mxGeometry relative="1" as="geometry" />
        </mxCell>
        <mxCell id="gUlQ52oibdo8bB1fHUDe-3" parent="1" style="ellipse;whiteSpace=wrap;html=1;" value="WR_DATA_PHASE" vertex="1">
          <mxGeometry height="80" width="120" x="440" y="360" as="geometry" />
        </mxCell>
        <mxCell id="gUlQ52oibdo8bB1fHUDe-11" edge="1" parent="1" source="gUlQ52oibdo8bB1fHUDe-4" style="edgeStyle=orthogonalEdgeStyle;rounded=0;orthogonalLoop=1;jettySize=auto;html=1;entryX=0;entryY=0.5;entryDx=0;entryDy=0;" target="gUlQ52oibdo8bB1fHUDe-9">
          <mxGeometry relative="1" as="geometry" />
        </mxCell>
        <mxCell id="8WBKzOnGMAMBHIHuB8Qa-6" edge="1" parent="1" source="gUlQ52oibdo8bB1fHUDe-4" style="edgeStyle=orthogonalEdgeStyle;rounded=0;orthogonalLoop=1;jettySize=auto;html=1;exitX=0;exitY=0.5;exitDx=0;exitDy=0;entryX=0;entryY=0.5;entryDx=0;entryDy=0;" target="gUlQ52oibdo8bB1fHUDe-1">
          <mxGeometry relative="1" as="geometry">
            <Array as="points">
              <mxPoint x="160.03" y="560.03" />
              <mxPoint x="160.03" y="240.03" />
            </Array>
          </mxGeometry>
        </mxCell>
        <mxCell id="gUlQ52oibdo8bB1fHUDe-4" parent="1" style="ellipse;whiteSpace=wrap;html=1;" value="RD_DATA_PHASE" vertex="1">
          <mxGeometry height="80" width="120" x="200" y="520" as="geometry" />
        </mxCell>
        <mxCell id="8WBKzOnGMAMBHIHuB8Qa-3" edge="1" parent="1" source="gUlQ52oibdo8bB1fHUDe-5" style="edgeStyle=orthogonalEdgeStyle;rounded=0;orthogonalLoop=1;jettySize=auto;html=1;" target="gUlQ52oibdo8bB1fHUDe-4" value="">
          <mxGeometry relative="1" as="geometry" />
        </mxCell>
        <mxCell id="gUlQ52oibdo8bB1fHUDe-5" parent="1" style="ellipse;whiteSpace=wrap;html=1;" value="RD_ADDR_PHASE" vertex="1">
          <mxGeometry height="80" width="120" x="200" y="360" as="geometry" />
        </mxCell>
        <mxCell id="gUlQ52oibdo8bB1fHUDe-9" parent="1" style="ellipse;whiteSpace=wrap;html=1;" value="WAIT_STATE" vertex="1">
          <mxGeometry height="80" width="120" x="440" y="520" as="geometry" />
        </mxCell>
        <mxCell id="8WBKzOnGMAMBHIHuB8Qa-1" edge="1" parent="1" source="gUlQ52oibdo8bB1fHUDe-5" style="endArrow=classic;html=1;rounded=0;entryX=0;entryY=0;entryDx=0;entryDy=0;exitX=1;exitY=1;exitDx=0;exitDy=0;" target="gUlQ52oibdo8bB1fHUDe-9" value="">
          <mxGeometry height="50" relative="1" width="50" as="geometry">
            <mxPoint x="350" y="490" as="sourcePoint" />
            <mxPoint x="400" y="440" as="targetPoint" />
          </mxGeometry>
        </mxCell>
        <mxCell id="8WBKzOnGMAMBHIHuB8Qa-5" edge="1" parent="1" source="gUlQ52oibdo8bB1fHUDe-3" style="endArrow=classic;html=1;rounded=0;exitX=0;exitY=0;exitDx=0;exitDy=0;entryX=1;entryY=1;entryDx=0;entryDy=0;" target="gUlQ52oibdo8bB1fHUDe-1" value="">
          <mxGeometry height="50" relative="1" width="50" as="geometry">
            <mxPoint x="370" y="340" as="sourcePoint" />
            <mxPoint x="420" y="290" as="targetPoint" />
          </mxGeometry>
        </mxCell>
      </root>
    </mxGraphModel>
  </diagram>
</mxfile>
